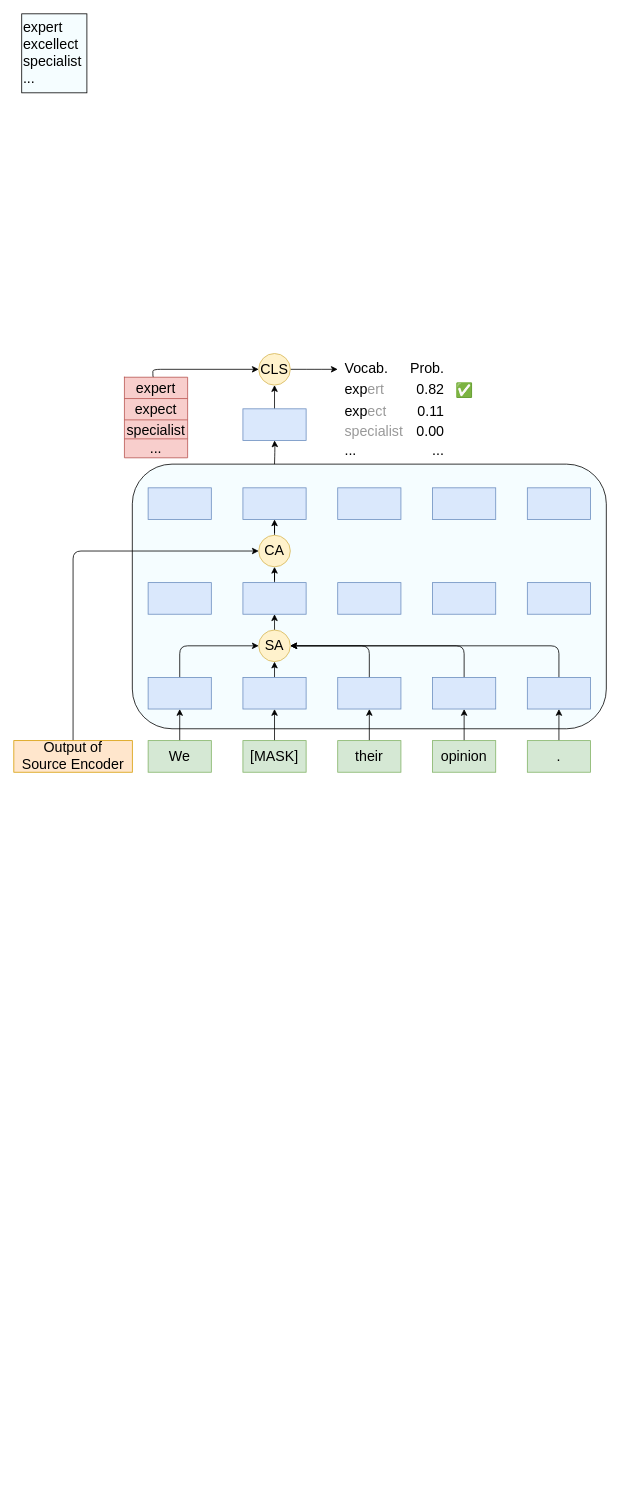
Before: 未命名绘图.drawio in yc1999/electra_pytorch, a draw.io diagram. Source tidied: cells renumbered, new cells numbered last; positions are measured from the earlier drawing's top-left corner, leaving out a move shared by most shapes. Both pictures are drawn from the tidied source at 79%, with x=0, y=0 at pixel (13, 13).
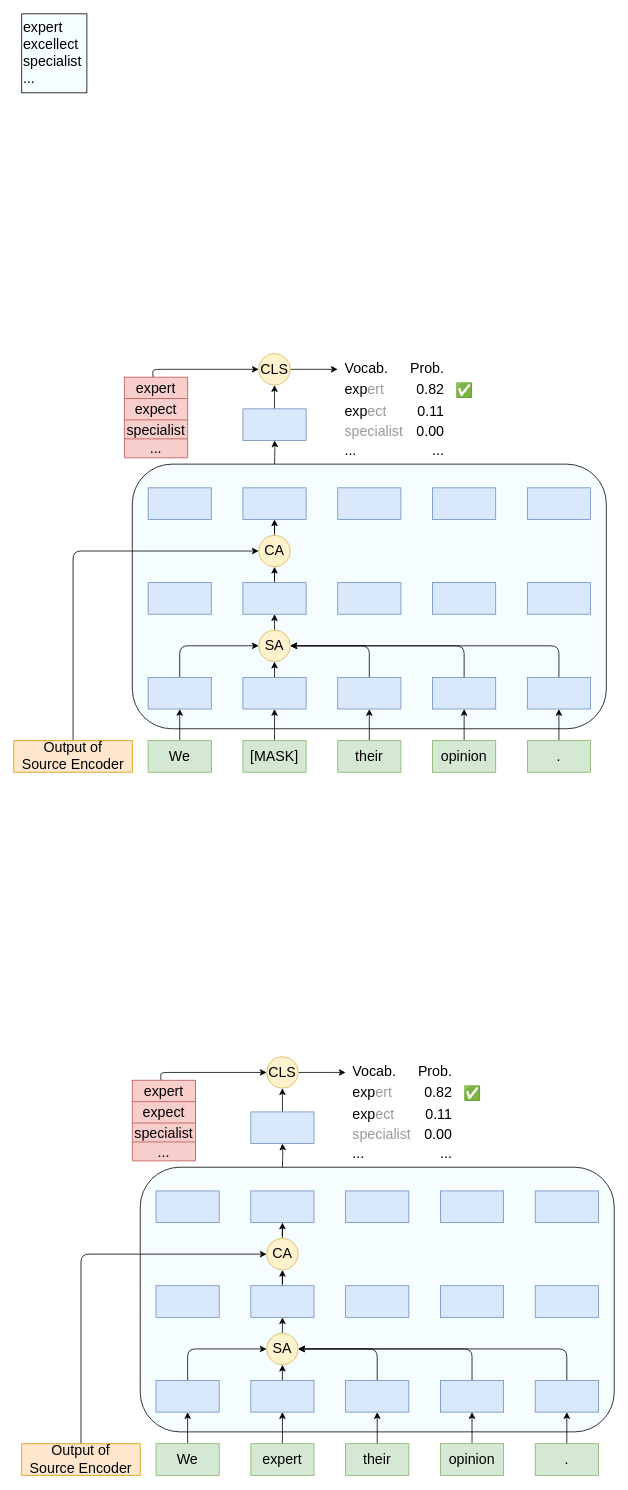
The same diagram, later.

The edit, as a diff of the source:
```diff
@@
+    <mxCell id="73" style="rounded=1;whiteSpace=wrap;html=1;fontSize=18;fillColor=#F5FDFF;strokeColor=#000000;fontColor=#333333;strokeWidth=1;fillStyle=auto;" parent="1" vertex="1">
+      <mxGeometry x="160" y="1460" width="600" height="335" as="geometry" />
+    </mxCell>
+    <mxCell id="74" style="edgeStyle=orthogonalEdgeStyle;rounded=1;jettySize=auto;html=1;exitX=0.5;exitY=0;exitDx=0;exitDy=0;entryX=0.5;entryY=1;entryDx=0;entryDy=0;fontSize=18;" parent="1" edge="1" source="75" target="85">
+      <mxGeometry relative="1" as="geometry" />
+    </mxCell>
+    <mxCell id="75" value="&lt;font style=&quot;font-size: 18px;&quot;&gt;We&lt;/font&gt;" style="rounded=0;whiteSpace=wrap;html=1;fillColor=#d5e8d4;strokeColor=#82b366;" parent="1" vertex="1">
+      <mxGeometry x="180" y="1810" width="80" height="40" as="geometry" />
+    </mxCell>
+    <mxCell id="76" style="edgeStyle=orthogonalEdgeStyle;rounded=1;jettySize=auto;html=1;fontSize=18;strokeWidth=1;" parent="1" edge="1" source="77" target="87">
+      <mxGeometry relative="1" as="geometry" />
+    </mxCell>
+    <mxCell id="77" value="&lt;span style=&quot;font-size: 18px;&quot;&gt;expert&lt;/span&gt;" style="rounded=0;whiteSpace=wrap;html=1;fillColor=#d5e8d4;strokeColor=#82b366;" parent="1" vertex="1">
+      <mxGeometry x="300" y="1810" width="80" height="40" as="geometry" />
+    </mxCell>
+    <mxCell id="78" style="edgeStyle=orthogonalEdgeStyle;rounded=1;jettySize=auto;html=1;entryX=0.5;entryY=1;entryDx=0;entryDy=0;fontSize=18;" parent="1" edge="1" source="79" target="89">
+      <mxGeometry relative="1" as="geometry" />
+    </mxCell>
+    <mxCell id="79" value="&lt;font style=&quot;font-size: 18px;&quot;&gt;their&lt;/font&gt;" style="rounded=0;whiteSpace=wrap;html=1;fillColor=#d5e8d4;strokeColor=#82b366;" parent="1" vertex="1">
+      <mxGeometry x="420" y="1810" width="80" height="40" as="geometry" />
+    </mxCell>
+    <mxCell id="80" style="edgeStyle=orthogonalEdgeStyle;rounded=1;jettySize=auto;html=1;entryX=0.5;entryY=1;entryDx=0;entryDy=0;fontSize=18;" parent="1" edge="1" source="81" target="91">
+      <mxGeometry relative="1" as="geometry" />
+    </mxCell>
+    <mxCell id="81" value="&lt;font style=&quot;font-size: 18px;&quot;&gt;opinion&lt;/font&gt;" style="rounded=0;whiteSpace=wrap;html=1;fillColor=#d5e8d4;strokeColor=#82b366;" parent="1" vertex="1">
+      <mxGeometry x="540" y="1810" width="80" height="40" as="geometry" />
+    </mxCell>
+    <mxCell id="82" style="edgeStyle=orthogonalEdgeStyle;rounded=1;jettySize=auto;html=1;fontSize=18;" parent="1" edge="1" source="83" target="93">
+      <mxGeometry relative="1" as="geometry" />
+    </mxCell>
+    <mxCell id="83" value="&lt;font style=&quot;font-size: 18px;&quot;&gt;.&lt;/font&gt;" style="rounded=0;whiteSpace=wrap;html=1;fillColor=#d5e8d4;strokeColor=#82b366;" parent="1" vertex="1">
+      <mxGeometry x="660" y="1810" width="80" height="40" as="geometry" />
+    </mxCell>
+    <mxCell id="84" style="edgeStyle=orthogonalEdgeStyle;rounded=1;jettySize=auto;html=1;entryX=0;entryY=0.5;entryDx=0;entryDy=0;fontSize=18;exitX=0.5;exitY=0;exitDx=0;exitDy=0;" parent="1" edge="1" source="85" target="101">
+      <mxGeometry relative="1" as="geometry" />
+    </mxCell>
+    <mxCell id="85" style="rounded=0;whiteSpace=wrap;html=1;fontSize=18;fillColor=#dae8fc;strokeColor=#6c8ebf;" parent="1" vertex="1">
+      <mxGeometry x="180" y="1730" width="80" height="40" as="geometry" />
+    </mxCell>
+    <mxCell id="86" style="edgeStyle=orthogonalEdgeStyle;rounded=1;jettySize=auto;html=1;exitX=0.5;exitY=0;exitDx=0;exitDy=0;entryX=0.5;entryY=1;entryDx=0;entryDy=0;fontSize=18;strokeWidth=1;" parent="1" edge="1" source="87" target="101">
+      <mxGeometry relative="1" as="geometry" />
+    </mxCell>
+    <mxCell id="87" style="rounded=0;whiteSpace=wrap;html=1;fontSize=18;fillColor=#dae8fc;strokeColor=#6c8ebf;" parent="1" vertex="1">
+      <mxGeometry x="300" y="1730" width="80" height="40" as="geometry" />
+    </mxCell>
+    <mxCell id="88" style="edgeStyle=orthogonalEdgeStyle;rounded=1;jettySize=auto;html=1;entryX=1;entryY=0.5;entryDx=0;entryDy=0;fontSize=18;exitX=0.5;exitY=0;exitDx=0;exitDy=0;" parent="1" edge="1" source="89" target="101">
+      <mxGeometry relative="1" as="geometry" />
+    </mxCell>
+    <mxCell id="89" style="rounded=0;whiteSpace=wrap;html=1;fontSize=18;fillColor=#dae8fc;strokeColor=#6c8ebf;" parent="1" vertex="1">
+      <mxGeometry x="420" y="1730" width="80" height="40" as="geometry" />
+    </mxCell>
+    <mxCell id="90" style="edgeStyle=orthogonalEdgeStyle;rounded=1;jettySize=auto;html=1;fontSize=18;exitX=0.5;exitY=0;exitDx=0;exitDy=0;entryX=1;entryY=0.5;entryDx=0;entryDy=0;" parent="1" edge="1" source="91" target="101">
+      <mxGeometry relative="1" as="geometry" />
+    </mxCell>
+    <mxCell id="91" style="rounded=0;whiteSpace=wrap;html=1;fontSize=18;fillColor=#dae8fc;strokeColor=#6c8ebf;" parent="1" vertex="1">
+      <mxGeometry x="540" y="1730" width="80" height="40" as="geometry" />
+    </mxCell>
+    <mxCell id="92" style="edgeStyle=orthogonalEdgeStyle;rounded=1;jettySize=auto;html=1;fontSize=18;entryX=1;entryY=0.5;entryDx=0;entryDy=0;exitX=0.5;exitY=0;exitDx=0;exitDy=0;" parent="1" edge="1" source="93" target="101">
+      <mxGeometry relative="1" as="geometry" />
+    </mxCell>
+    <mxCell id="93" style="rounded=0;whiteSpace=wrap;html=1;fontSize=18;fillColor=#dae8fc;strokeColor=#6c8ebf;" parent="1" vertex="1">
+      <mxGeometry x="660" y="1730" width="80" height="40" as="geometry" />
+    </mxCell>
+    <mxCell id="94" style="rounded=0;whiteSpace=wrap;html=1;fontSize=18;fillColor=#dae8fc;strokeColor=#6c8ebf;" parent="1" vertex="1">
+      <mxGeometry x="180" y="1610" width="80" height="40" as="geometry" />
+    </mxCell>
+    <mxCell id="95" style="edgeStyle=orthogonalEdgeStyle;rounded=1;jettySize=auto;html=1;exitX=0.5;exitY=0;exitDx=0;exitDy=0;fontSize=18;strokeWidth=1;" parent="1" edge="1" source="96" target="109">
+      <mxGeometry relative="1" as="geometry" />
+    </mxCell>
+    <mxCell id="96" style="rounded=0;whiteSpace=wrap;html=1;fontSize=18;fillColor=#dae8fc;strokeColor=#6c8ebf;" parent="1" vertex="1">
+      <mxGeometry x="300" y="1610" width="80" height="40" as="geometry" />
+    </mxCell>
+    <mxCell id="97" style="rounded=0;whiteSpace=wrap;html=1;fontSize=18;fillColor=#dae8fc;strokeColor=#6c8ebf;" parent="1" vertex="1">
+      <mxGeometry x="420" y="1610" width="80" height="40" as="geometry" />
+    </mxCell>
+    <mxCell id="98" style="rounded=0;whiteSpace=wrap;html=1;fontSize=18;fillColor=#dae8fc;strokeColor=#6c8ebf;" parent="1" vertex="1">
+      <mxGeometry x="540" y="1610" width="80" height="40" as="geometry" />
+    </mxCell>
+    <mxCell id="99" style="rounded=0;whiteSpace=wrap;html=1;fontSize=18;fillColor=#dae8fc;strokeColor=#6c8ebf;" parent="1" vertex="1">
+      <mxGeometry x="660" y="1610" width="80" height="40" as="geometry" />
+    </mxCell>
+    <mxCell id="100" style="edgeStyle=orthogonalEdgeStyle;rounded=1;jettySize=auto;html=1;exitX=0.5;exitY=0;exitDx=0;exitDy=0;entryX=0.5;entryY=1;entryDx=0;entryDy=0;fontSize=18;strokeWidth=1;" parent="1" edge="1" source="101" target="96">
+      <mxGeometry relative="1" as="geometry" />
+    </mxCell>
+    <mxCell id="101" value="SA" style="ellipse;whiteSpace=wrap;html=1;fontSize=18;fillColor=#fff2cc;strokeColor=#d6b656;" parent="1" vertex="1">
+      <mxGeometry x="320" y="1670" width="40" height="40" as="geometry" />
+    </mxCell>
+    <mxCell id="102" style="rounded=0;whiteSpace=wrap;html=1;fontSize=18;fillColor=#dae8fc;strokeColor=#6c8ebf;" parent="1" vertex="1">
+      <mxGeometry x="180" y="1490" width="80" height="40" as="geometry" />
+    </mxCell>
+    <mxCell id="103" style="edgeStyle=orthogonalEdgeStyle;rounded=1;jettySize=auto;html=1;fontSize=18;strokeWidth=1;" parent="1" edge="1" target="113">
+      <mxGeometry relative="1" as="geometry">
+        <mxPoint x="340" y="1460" as="sourcePoint" />
+      </mxGeometry>
+    </mxCell>
+    <mxCell id="104" style="rounded=0;whiteSpace=wrap;html=1;fontSize=18;fillColor=#dae8fc;strokeColor=#6c8ebf;" parent="1" vertex="1">
+      <mxGeometry x="300" y="1490" width="80" height="40" as="geometry" />
+    </mxCell>
+    <mxCell id="105" style="rounded=0;whiteSpace=wrap;html=1;fontSize=18;fillColor=#dae8fc;strokeColor=#6c8ebf;" parent="1" vertex="1">
+      <mxGeometry x="420" y="1490" width="80" height="40" as="geometry" />
+    </mxCell>
+    <mxCell id="106" style="rounded=0;whiteSpace=wrap;html=1;fontSize=18;fillColor=#dae8fc;strokeColor=#6c8ebf;" parent="1" vertex="1">
+      <mxGeometry x="540" y="1490" width="80" height="40" as="geometry" />
+    </mxCell>
+    <mxCell id="107" style="rounded=0;whiteSpace=wrap;html=1;fontSize=18;fillColor=#dae8fc;strokeColor=#6c8ebf;" parent="1" vertex="1">
+      <mxGeometry x="660" y="1490" width="80" height="40" as="geometry" />
+    </mxCell>
+    <mxCell id="108" style="edgeStyle=orthogonalEdgeStyle;rounded=1;jettySize=auto;html=1;fontSize=18;strokeWidth=1;" parent="1" edge="1" source="109" target="104">
+      <mxGeometry relative="1" as="geometry" />
+    </mxCell>
+    <mxCell id="109" value="CA" style="ellipse;whiteSpace=wrap;html=1;fontSize=18;fillColor=#fff2cc;strokeColor=#d6b656;" parent="1" vertex="1">
+      <mxGeometry x="320" y="1550" width="40" height="40" as="geometry" />
+    </mxCell>
+    <mxCell id="110" style="edgeStyle=orthogonalEdgeStyle;rounded=1;jettySize=auto;html=1;entryX=0;entryY=0.5;entryDx=0;entryDy=0;fontSize=18;exitX=0.5;exitY=0;exitDx=0;exitDy=0;" parent="1" edge="1" source="111" target="109">
+      <mxGeometry relative="1" as="geometry" />
+    </mxCell>
+    <mxCell id="111" value="Output of&lt;br&gt;Source Encoder" style="rounded=0;whiteSpace=wrap;html=1;fontSize=18;fillColor=#ffe6cc;strokeColor=#d79b00;" parent="1" vertex="1">
+      <mxGeometry x="10" y="1810" width="150" height="40" as="geometry" />
+    </mxCell>
+    <mxCell id="112" style="edgeStyle=orthogonalEdgeStyle;rounded=1;jettySize=auto;html=1;exitX=0.5;exitY=0;exitDx=0;exitDy=0;entryX=0.5;entryY=1;entryDx=0;entryDy=0;strokeWidth=1;fontSize=18;" parent="1" edge="1" source="113" target="125">
+      <mxGeometry relative="1" as="geometry" />
+    </mxCell>
+    <mxCell id="113" style="rounded=0;whiteSpace=wrap;html=1;fontSize=18;fillColor=#dae8fc;strokeColor=#6c8ebf;" parent="1" vertex="1">
+      <mxGeometry x="300" y="1390" width="80" height="40" as="geometry" />
+    </mxCell>
+    <mxCell id="114" style="edgeStyle=orthogonalEdgeStyle;rounded=1;jettySize=auto;html=1;entryX=0;entryY=0.5;entryDx=0;entryDy=0;strokeWidth=1;fontSize=18;fontColor=#999999;exitX=0.463;exitY=-0.005;exitDx=0;exitDy=0;exitPerimeter=0;" parent="1" edge="1" source="116" target="125">
+      <mxGeometry relative="1" as="geometry">
+        <Array as="points">
+          <mxPoint x="186" y="1340" />
+        </Array>
+      </mxGeometry>
+    </mxCell>
+    <mxCell id="115" style="shape=table;startSize=0;childLayout=tableLayout;rounded=0;fillStyle=auto;strokeColor=#b85450;strokeWidth=1;fontSize=18;fillColor=#f8cecc;" parent="1" vertex="1">
+      <mxGeometry x="150" y="1350" width="80" height="102" as="geometry" />
+    </mxCell>
+    <mxCell id="116" style="shape=tableRow;horizontal=0;startSize=0;swimlaneHead=0;swimlaneBody=0;top=0;left=0;bottom=0;right=0;fillColor=none;points=[[0,0.5],[1,0.5]];portConstraint=eastwest;rounded=0;fillStyle=auto;strokeColor=#000000;strokeWidth=1;fontSize=18;" parent="115" vertex="1">
+      <mxGeometry width="80" height="27" as="geometry" />
+    </mxCell>
+    <mxCell id="117" value="expert" style="shape=partialRectangle;html=1;whiteSpace=wrap;overflow=hidden;fillColor=none;top=0;left=0;bottom=0;right=0;rounded=0;fillStyle=auto;strokeColor=#000000;strokeWidth=1;fontSize=18;" parent="116" vertex="1">
+      <mxGeometry width="80" height="27" as="geometry" />
+    </mxCell>
+    <mxCell id="118" style="shape=tableRow;horizontal=0;startSize=0;swimlaneHead=0;swimlaneBody=0;top=0;left=0;bottom=0;right=0;fillColor=none;rounded=0;fillStyle=auto;strokeColor=#000000;strokeWidth=1;fontSize=18;" parent="115" vertex="1">
+      <mxGeometry y="27" width="80" height="27" as="geometry" />
+    </mxCell>
+    <mxCell id="119" value="expect" style="shape=partialRectangle;html=1;whiteSpace=wrap;overflow=hidden;fillColor=none;top=0;left=0;bottom=0;right=0;rounded=0;fillStyle=auto;strokeColor=#000000;strokeWidth=1;fontSize=18;" parent="118" vertex="1">
+      <mxGeometry width="80" height="27" as="geometry" />
+    </mxCell>
+    <mxCell id="120" style="shape=tableRow;horizontal=0;startSize=0;swimlaneHead=0;swimlaneBody=0;top=0;left=0;bottom=0;right=0;fillColor=none;rounded=0;fillStyle=auto;strokeColor=#000000;strokeWidth=1;fontSize=18;" parent="115" vertex="1">
+      <mxGeometry y="54" width="80" height="24" as="geometry" />
+    </mxCell>
+    <mxCell id="121" value="specialist" style="shape=partialRectangle;html=1;whiteSpace=wrap;overflow=hidden;fillColor=none;top=0;left=0;bottom=0;right=0;rounded=0;fillStyle=auto;strokeColor=#000000;strokeWidth=1;fontSize=18;" parent="120" vertex="1">
+      <mxGeometry width="80" height="24" as="geometry" />
+    </mxCell>
+    <mxCell id="122" style="shape=tableRow;horizontal=0;startSize=0;swimlaneHead=0;swimlaneBody=0;top=0;left=0;bottom=0;right=0;fillColor=none;rounded=0;fillStyle=auto;strokeColor=#000000;strokeWidth=1;fontSize=18;" parent="115" vertex="1">
+      <mxGeometry y="78" width="80" height="24" as="geometry" />
+    </mxCell>
+    <mxCell id="123" value="..." style="shape=partialRectangle;html=1;whiteSpace=wrap;overflow=hidden;fillColor=none;top=0;left=0;bottom=0;right=0;rounded=0;fillStyle=auto;strokeColor=#000000;strokeWidth=1;fontSize=18;" parent="122" vertex="1">
+      <mxGeometry width="80" height="24" as="geometry" />
+    </mxCell>
+    <mxCell id="124" style="edgeStyle=orthogonalEdgeStyle;rounded=1;jettySize=auto;html=1;strokeWidth=1;fontSize=18;fontColor=#999999;" parent="1" edge="1" source="125">
+      <mxGeometry relative="1" as="geometry">
+        <mxPoint x="420" y="1340" as="targetPoint" />
+      </mxGeometry>
+    </mxCell>
+    <mxCell id="125" value="CLS" style="ellipse;whiteSpace=wrap;html=1;fontSize=18;fillColor=#fff2cc;strokeColor=#d6b656;" parent="1" vertex="1">
+      <mxGeometry x="320" y="1320" width="40" height="40" as="geometry" />
+    </mxCell>
+    <mxCell id="126" value="✅" style="text;html=1;align=center;verticalAlign=middle;strokeColor=none;fillColor=none;fontSize=18;fontColor=#999999;" parent="1" vertex="1">
+      <mxGeometry x="560" y="1347" width="40" height="40" as="geometry" />
+    </mxCell>
+    <mxCell id="127" style="shape=table;startSize=0;childLayout=tableLayout;rounded=0;fillStyle=auto;strokeWidth=0;fontSize=18;fillColor=#FFFFFF;strokeColor=none;" parent="1" vertex="1">
+      <mxGeometry x="427" y="1325" width="130" height="129" as="geometry" />
+    </mxCell>
+    <mxCell id="128" style="shape=tableRow;horizontal=0;startSize=0;swimlaneHead=0;swimlaneBody=0;top=0;left=0;bottom=0;right=0;fillColor=none;rounded=0;fillStyle=auto;strokeColor=#000000;strokeWidth=1;fontSize=18;" parent="127" vertex="1">
+      <mxGeometry width="130" height="27" as="geometry" />
+    </mxCell>
+    <mxCell id="129" value="Vocab." style="shape=partialRectangle;html=1;whiteSpace=wrap;overflow=hidden;fillColor=none;top=0;left=0;bottom=0;right=0;rounded=0;fillStyle=auto;strokeColor=#000000;strokeWidth=1;fontSize=18;align=left;" parent="128" vertex="1">
+      <mxGeometry width="80" height="27" as="geometry" />
+    </mxCell>
+    <mxCell id="130" value="Prob." style="shape=partialRectangle;html=1;whiteSpace=wrap;overflow=hidden;fillColor=none;top=0;left=0;bottom=0;right=0;rounded=0;fillStyle=auto;strokeColor=#000000;strokeWidth=1;fontSize=18;align=right;" parent="128" vertex="1">
+      <mxGeometry x="80" width="50" height="27" as="geometry" />
+    </mxCell>
+    <mxCell id="131" style="shape=tableRow;horizontal=0;startSize=0;swimlaneHead=0;swimlaneBody=0;top=0;left=0;bottom=0;right=0;fillColor=none;rounded=0;fillStyle=auto;strokeColor=#000000;strokeWidth=1;fontSize=18;" parent="127" vertex="1">
+      <mxGeometry y="27" width="130" height="27" as="geometry" />
+    </mxCell>
+    <mxCell id="132" value="exp&lt;font color=&quot;#999999&quot;&gt;ert&lt;/font&gt;" style="shape=partialRectangle;html=1;whiteSpace=wrap;overflow=hidden;fillColor=none;top=0;left=0;bottom=0;right=0;rounded=0;fillStyle=auto;strokeColor=#000000;strokeWidth=1;fontSize=18;align=left;" parent="131" vertex="1">
+      <mxGeometry width="80" height="27" as="geometry" />
+    </mxCell>
+    <mxCell id="133" value="0.82" style="shape=partialRectangle;html=1;whiteSpace=wrap;overflow=hidden;fillColor=none;top=0;left=0;bottom=0;right=0;rounded=0;fillStyle=auto;strokeColor=#000000;strokeWidth=1;fontSize=18;align=right;" parent="131" vertex="1">
+      <mxGeometry x="80" width="50" height="27" as="geometry" />
+    </mxCell>
+    <mxCell id="134" style="shape=tableRow;horizontal=0;startSize=0;swimlaneHead=0;swimlaneBody=0;top=0;left=0;bottom=0;right=0;fillColor=none;rounded=0;fillStyle=auto;strokeColor=#000000;strokeWidth=1;fontSize=18;" parent="127" vertex="1">
+      <mxGeometry y="54" width="130" height="27" as="geometry" />
+    </mxCell>
+    <mxCell id="135" value="exp&lt;font color=&quot;#999999&quot;&gt;ect&lt;/font&gt;" style="shape=partialRectangle;html=1;whiteSpace=wrap;overflow=hidden;fillColor=none;top=0;left=0;bottom=0;right=0;rounded=0;fillStyle=auto;strokeColor=#000000;strokeWidth=1;fontSize=18;align=left;" parent="134" vertex="1">
+      <mxGeometry width="80" height="27" as="geometry" />
+    </mxCell>
+    <mxCell id="136" value="0.11" style="shape=partialRectangle;html=1;whiteSpace=wrap;overflow=hidden;fillColor=none;top=0;left=0;bottom=0;right=0;rounded=0;fillStyle=auto;strokeColor=#000000;strokeWidth=1;fontSize=18;align=right;" parent="134" vertex="1">
+      <mxGeometry x="80" width="50" height="27" as="geometry" />
+    </mxCell>
+    <mxCell id="137" style="shape=tableRow;horizontal=0;startSize=0;swimlaneHead=0;swimlaneBody=0;top=0;left=0;bottom=0;right=0;fillColor=none;rounded=0;fillStyle=auto;strokeColor=#000000;strokeWidth=1;fontSize=18;" parent="127" vertex="1">
+      <mxGeometry y="81" width="130" height="24" as="geometry" />
+    </mxCell>
+    <mxCell id="138" value="&lt;font color=&quot;#999999&quot;&gt;specialist&lt;/font&gt;" style="shape=partialRectangle;html=1;whiteSpace=wrap;overflow=hidden;fillColor=none;top=0;left=0;bottom=0;right=0;rounded=0;fillStyle=auto;strokeColor=#000000;strokeWidth=1;fontSize=18;align=left;" parent="137" vertex="1">
+      <mxGeometry width="80" height="24" as="geometry" />
+    </mxCell>
+    <mxCell id="139" value="0.00" style="shape=partialRectangle;html=1;whiteSpace=wrap;overflow=hidden;fillColor=none;top=0;left=0;bottom=0;right=0;rounded=0;fillStyle=auto;strokeColor=#000000;strokeWidth=1;fontSize=18;align=right;" parent="137" vertex="1">
+      <mxGeometry x="80" width="50" height="24" as="geometry" />
+    </mxCell>
+    <mxCell id="140" style="shape=tableRow;horizontal=0;startSize=0;swimlaneHead=0;swimlaneBody=0;top=0;left=0;bottom=0;right=0;fillColor=none;rounded=0;fillStyle=auto;strokeColor=#000000;strokeWidth=1;fontSize=18;" parent="127" vertex="1">
+      <mxGeometry y="105" width="130" height="24" as="geometry" />
+    </mxCell>
+    <mxCell id="141" value="..." style="shape=partialRectangle;html=1;whiteSpace=wrap;overflow=hidden;fillColor=none;top=0;left=0;bottom=0;right=0;rounded=0;fillStyle=auto;strokeColor=#000000;strokeWidth=1;fontSize=18;align=left;" parent="140" vertex="1">
+      <mxGeometry width="80" height="24" as="geometry" />
+    </mxCell>
+    <mxCell id="142" value="..." style="shape=partialRectangle;html=1;whiteSpace=wrap;overflow=hidden;fillColor=none;top=0;left=0;bottom=0;right=0;rounded=0;fillStyle=auto;strokeColor=#000000;strokeWidth=1;fontSize=18;align=right;" parent="140" vertex="1">
+      <mxGeometry x="80" width="50" height="24" as="geometry" />
+    </mxCell>
```
